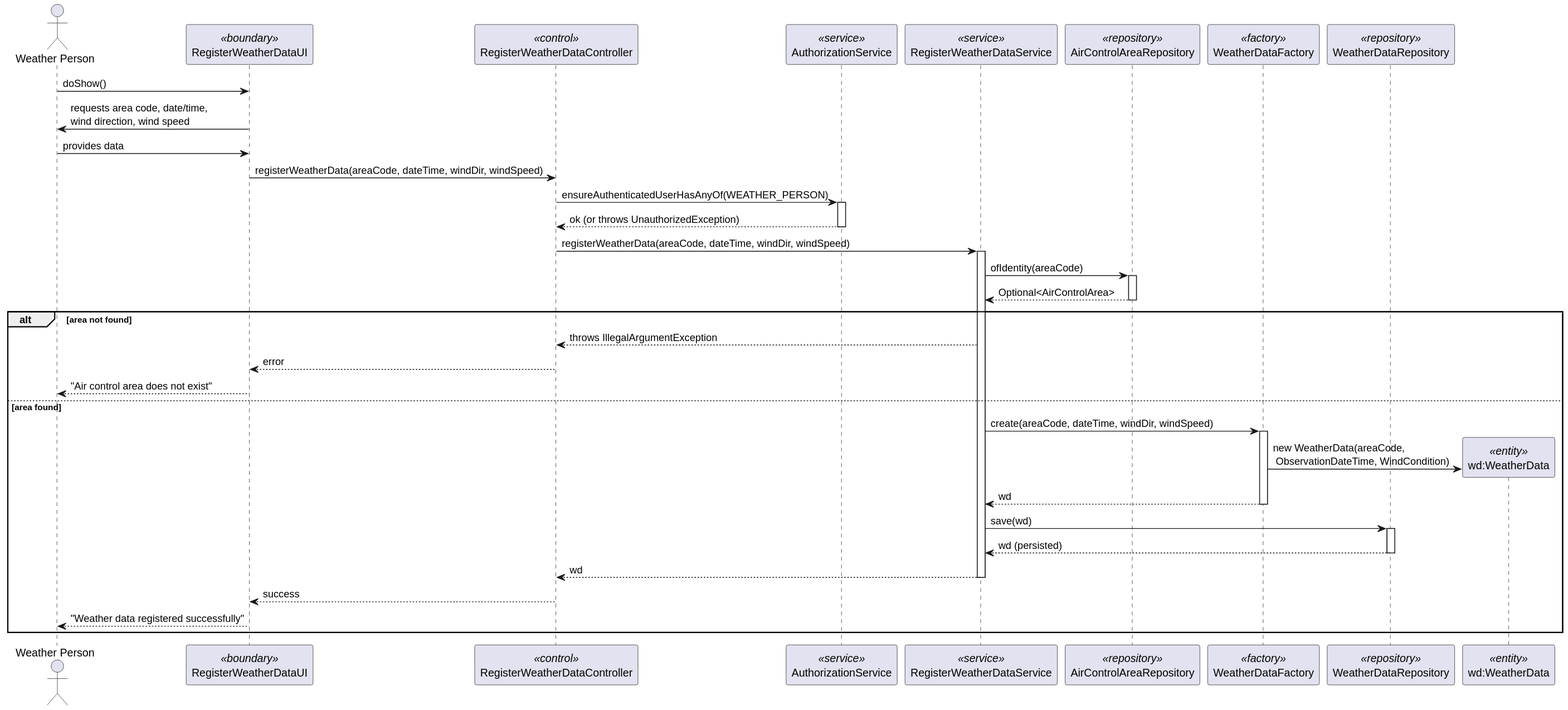
Earlier version of the PlantUML export docs/Sprint 2/EAPLI/US041/svg/US041-sequence-diagram.svg (DuartePinto1240/sem4pi2526-sem4pi2526_2da2).
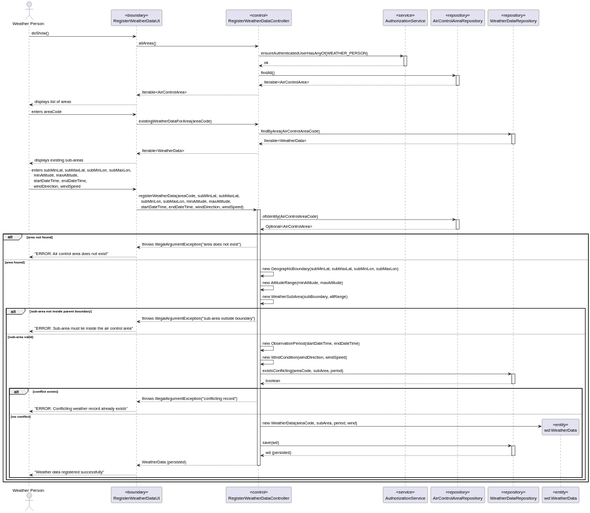
The same diagram one commit later.

Diff of the diagram source:
```diff
@@ -3,52 +3,78 @@
 participant RegisterWeatherDataUI as UI <<boundary>>
 participant RegisterWeatherDataController as CTRL <<control>>
 participant AuthorizationService as AUTHZ <<service>>
-participant RegisterWeatherDataService as SVC <<service>>
 participant AirControlAreaRepository as AREA_REPO <<repository>>
-participant WeatherDataFactory as FACTORY <<factory>>
-participant WeatherDataRepository as REPO <<repository>>
+participant WeatherDataRepository as WD_REPO <<repository>>
 participant "wd:WeatherData" as WD <<entity>>
 
 WP -> UI : doShow()
-UI -> WP : requests area code, date/time,\nwind direction, wind speed
 
-WP -> UI : provides data
-
-UI -> CTRL : registerWeatherData(areaCode, dateTime, windDir, windSpeed)
-
+UI -> CTRL : allAreas()
 CTRL -> AUTHZ : ensureAuthenticatedUserHasAnyOf(WEATHER_PERSON)
 activate AUTHZ
-AUTHZ --> CTRL : ok (or throws UnauthorizedException)
+AUTHZ --> CTRL : ok
 deactivate AUTHZ
+CTRL -> AREA_REPO : findAll()
+activate AREA_REPO
+AREA_REPO --> CTRL : Iterable<AirControlArea>
+deactivate AREA_REPO
+CTRL --> UI : Iterable<AirControlArea>
+UI --> WP : displays list of areas
 
-CTRL -> SVC : registerWeatherData(areaCode, dateTime, windDir, windSpeed)
-activate SVC
+WP -> UI : enters areaCode
 
-SVC -> AREA_REPO : ofIdentity(areaCode)
+UI -> CTRL : existingWeatherDataForArea(areaCode)
+CTRL -> WD_REPO : findByArea(AirControlAreaCode)
+activate WD_REPO
+WD_REPO --> CTRL : Iterable<WeatherData>
+deactivate WD_REPO
+CTRL --> UI : Iterable<WeatherData>
+UI --> WP : displays existing sub-areas
+
+WP -> UI : enters subMinLat, subMaxLat, subMinLon, subMaxLon,\n  minAltitude, maxAltitude,\n  startDateTime, endDateTime,\n  windDirection, windSpeed
+
+UI -> CTRL : registerWeatherData(areaCode, subMinLat, subMaxLat,\n  subMinLon, subMaxLon, minAltitude, maxAltitude,\n  startDateTime, endDateTime, windDirection, windSpeed)
+activate CTRL
+
+CTRL -> AREA_REPO : ofIdentity(AirControlAreaCode)
 activate AREA_REPO
-AREA_REPO --> SVC : Optional<AirControlArea>
+AREA_REPO --> CTRL : Optional<AirControlArea>
 deactivate AREA_REPO
 
 alt area not found
-  SVC --> CTRL : throws IllegalArgumentException
-  CTRL --> UI : error
-  UI --> WP : "Air control area does not exist"
+  CTRL --> UI : throws IllegalArgumentException("area does not exist")
+  UI --> WP : "ERROR: Air control area does not exist"
 else area found
-  SVC -> FACTORY : create(areaCode, dateTime, windDir, windSpeed)
-  activate FACTORY
-  FACTORY -> WD ** : new WeatherData(areaCode,\n ObservationDateTime, WindCondition)
-  FACTORY --> SVC : wd
-  deactivate FACTORY
+  CTRL -> CTRL : new GeographicBoundary(subMinLat, subMaxLat, subMinLon, subMaxLon)
+  CTRL -> CTRL : new AltitudeRange(minAltitude, maxAltitude)
+  CTRL -> CTRL : new WeatherSubArea(subBoundary, altRange)
 
-  SVC -> REPO : save(wd)
-  activate REPO
-  REPO --> SVC : wd (persisted)
-  deactivate REPO
+  alt sub-area not inside parent boundary
+    CTRL --> UI : throws IllegalArgumentException("sub-area outside boundary")
+    UI --> WP : "ERROR: Sub-area must lie inside the air control area"
+  else sub-area valid
+    CTRL -> CTRL : new ObservationPeriod(startDateTime, endDateTime)
+    CTRL -> CTRL : new WindCondition(windDirection, windSpeed)
 
-  SVC --> CTRL : wd
-  deactivate SVC
+    CTRL -> WD_REPO : existsConflicting(areaCode, subArea, period)
+    activate WD_REPO
+    WD_REPO --> CTRL : boolean
+    deactivate WD_REPO
 
-  CTRL --> UI : success
-  UI --> WP : "Weather data registered successfully"
+    alt conflict exists
+      CTRL --> UI : throws IllegalArgumentException("conflicting record")
+      UI --> WP : "ERROR: Conflicting weather record already exists"
+    else no conflict
+      CTRL -> WD ** : new WeatherData(areaCode, subArea, period, wind)
+      CTRL -> WD_REPO : save(wd)
+      activate WD_REPO
+      WD_REPO --> CTRL : wd (persisted)
+      deactivate WD_REPO
+
+      CTRL --> UI : WeatherData (persisted)
+      deactivate CTRL
+      UI --> WP : "Weather data registered successfully"
+    end
+  end
 end
 @enduml
```
